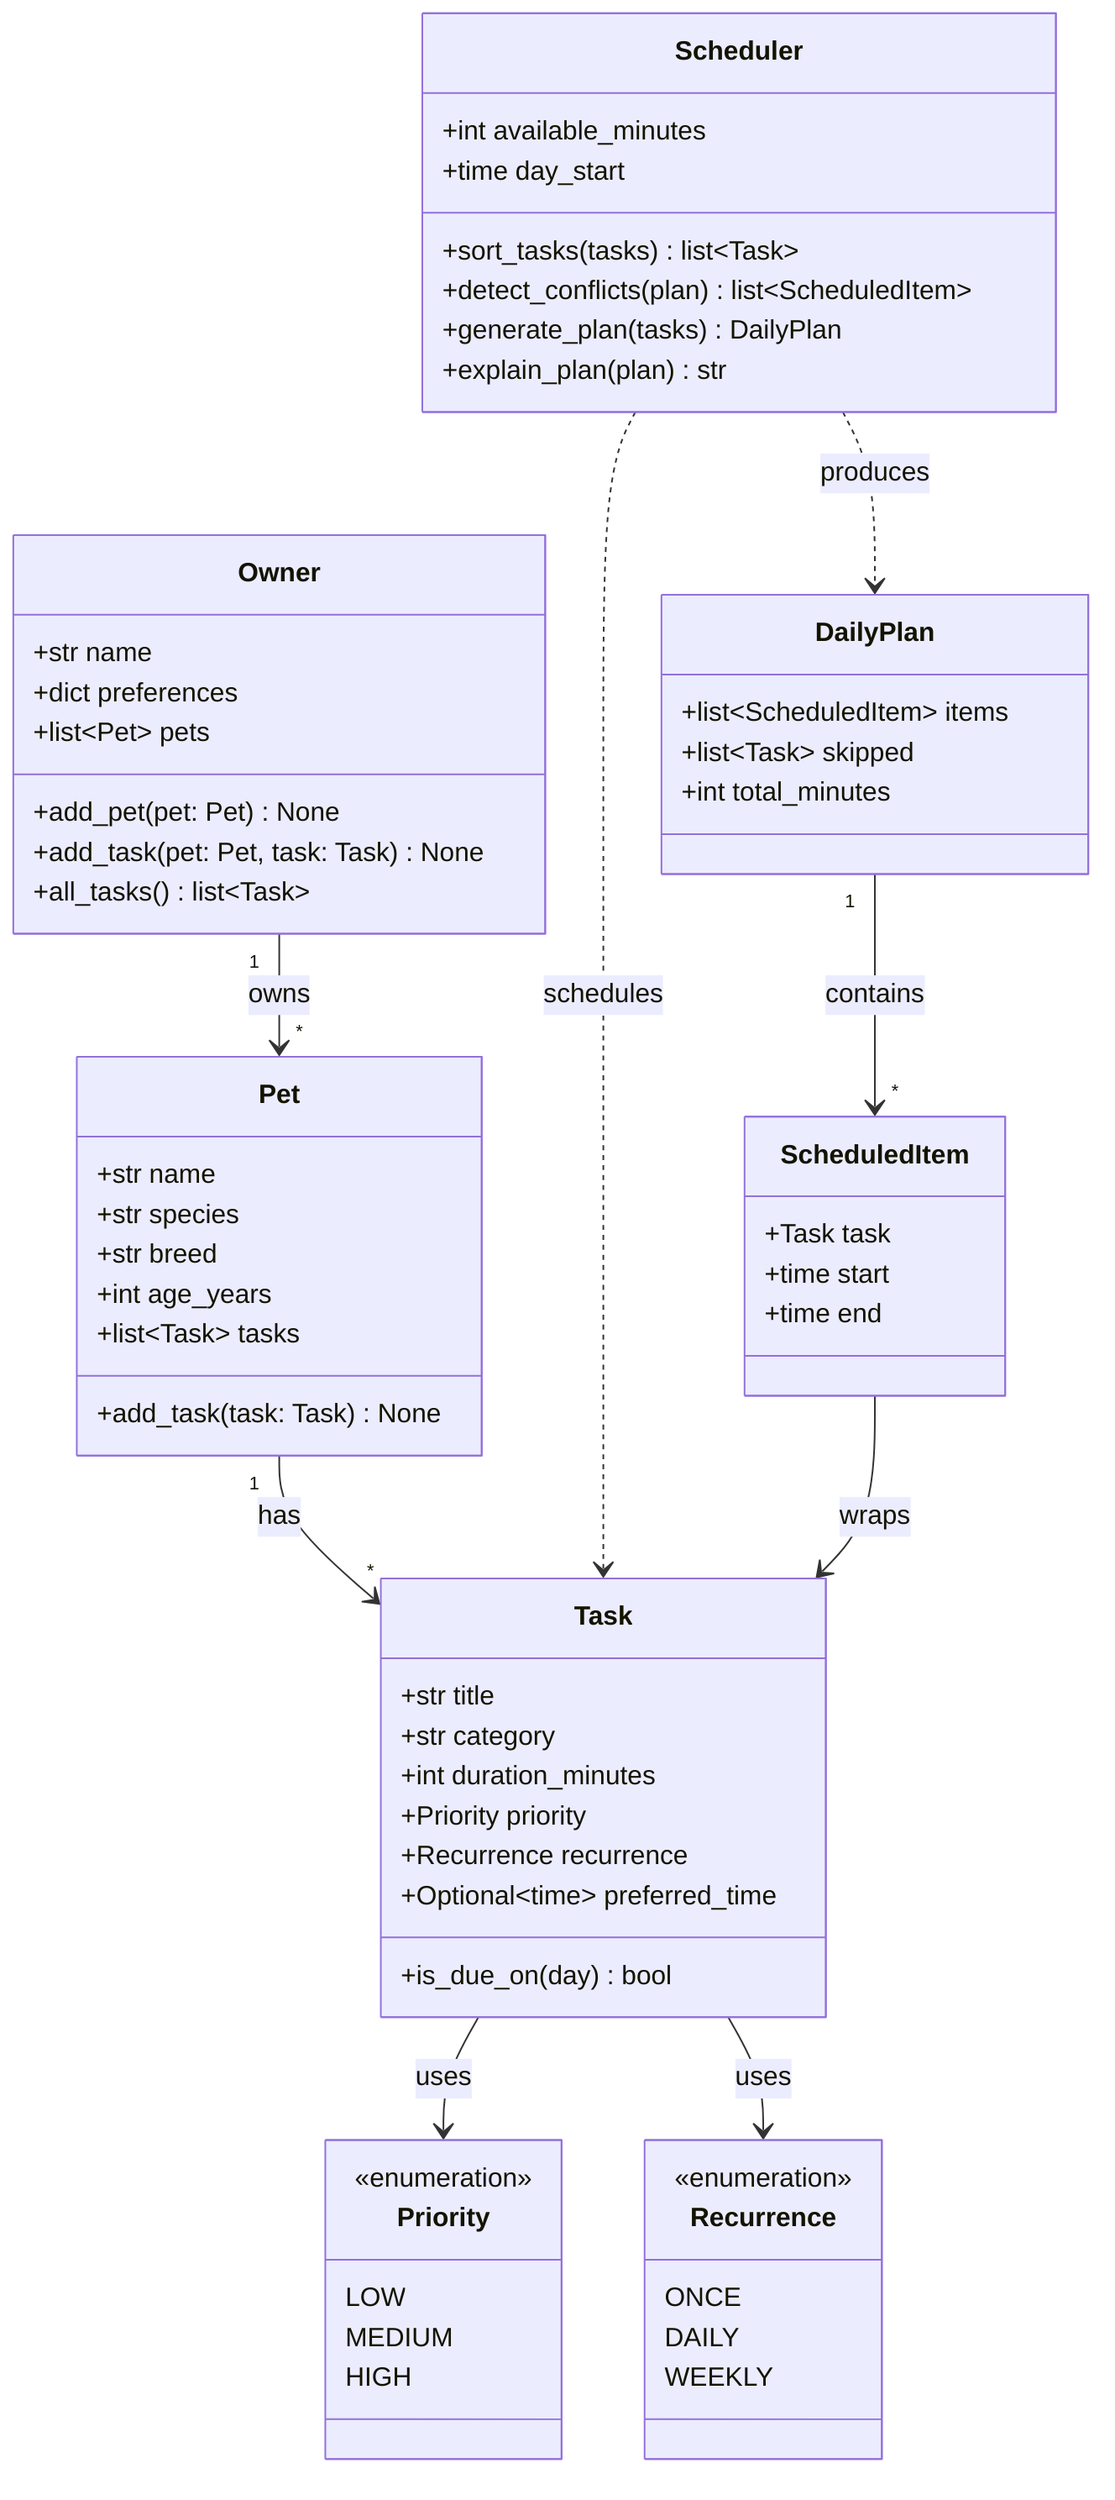
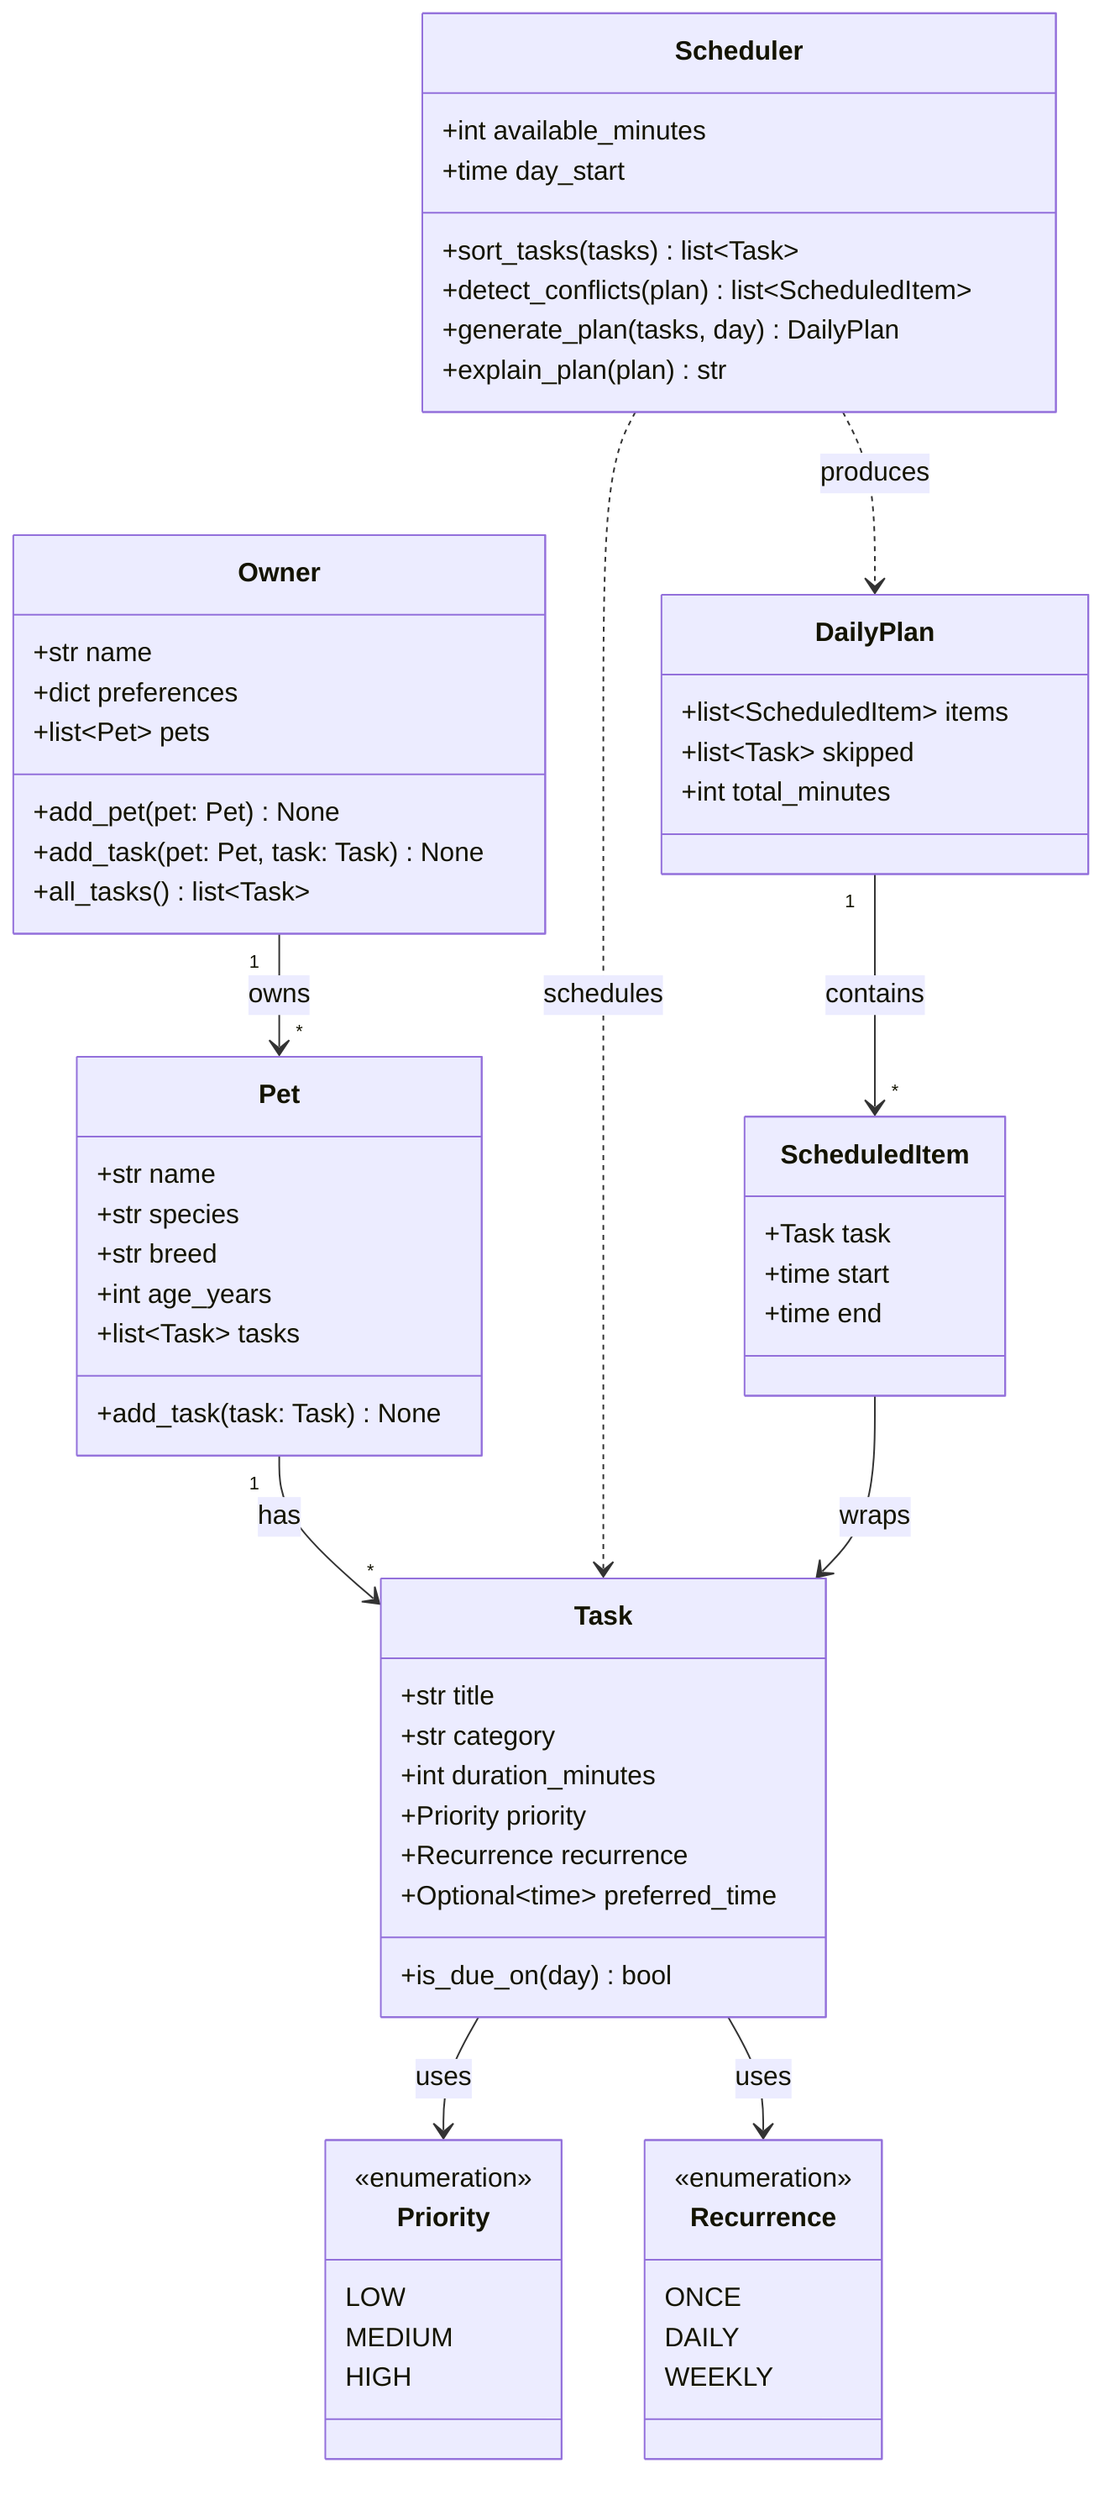
classDiagram
    %% PawPal+ class design (Phase 1 draft — update in Phase 6 to match implementation)

    class Owner {
        +str name
        +dict preferences
        +list~Pet~ pets
        +add_pet(pet: Pet) None
        +add_task(pet: Pet, task: Task) None
        +all_tasks() list~Task~
    }

    class Pet {
        +str name
        +str species
        +str breed
        +int age_years
        +list~Task~ tasks
        +add_task(task: Task) None
    }

    class Task {
        +str title
        +str category
        +int duration_minutes
        +Priority priority
        +Recurrence recurrence
        +Optional~time~ preferred_time
        +is_due_on(day) bool
    }

    class Scheduler {
        +int available_minutes
        +time day_start
        +sort_tasks(tasks) list~Task~
        +detect_conflicts(plan) list~ScheduledItem~
-         +generate_plan(tasks) DailyPlan
+         +generate_plan(tasks, day) DailyPlan
        +explain_plan(plan) str
    }

    class ScheduledItem {
        +Task task
        +time start
        +time end
    }

    class DailyPlan {
        +list~ScheduledItem~ items
        +list~Task~ skipped
        +int total_minutes
    }

    class Priority {
        <<enumeration>>
        LOW
        MEDIUM
        HIGH
    }

    class Recurrence {
        <<enumeration>>
        ONCE
        DAILY
        WEEKLY
    }

    Owner "1" --> "*" Pet : owns
    Pet "1" --> "*" Task : has
    Scheduler ..> Task : schedules
    Scheduler ..> DailyPlan : produces
    DailyPlan "1" --> "*" ScheduledItem : contains
    ScheduledItem --> Task : wraps
    Task --> Priority : uses
    Task --> Recurrence : uses
